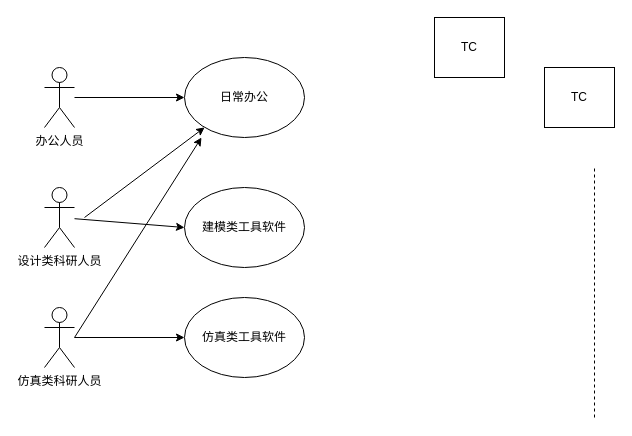
Before: 基于虚拟化的云平台架构.drawio in luomoweilan/draw, a draw.io diagram. Source tidied: cells renumbered, new cells numbered last; positions are measured from the earlier drawing's top-left corner, leaving out a move shared by most shapes. Both pictures are drawn from the tidied source at 100%, with x=0, y=0 at pixel (44, 17).
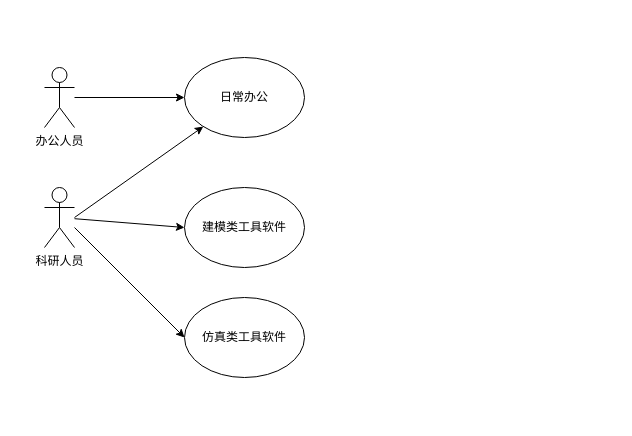
Above is the later version.

Commit message (it also covers changes not shown here):
更新基于虚拟化的云平台架构.drawio

Change to the diagram source:
```diff
@@
 <mxGraphModel>
   <root>
     <mxCell id="0" />
     <mxCell id="1" parent="0" />
-    <mxCell id="2" value="TC" style="rounded=0;whiteSpace=wrap;html=1;" parent="1" vertex="1">
-      <mxGeometry x="390" width="70" height="60" as="geometry" />
-    </mxCell>
     <mxCell id="3" value="办公人员" style="shape=umlActor;verticalLabelPosition=bottom;verticalAlign=top;html=1;outlineConnect=0;" parent="1" vertex="1">
       <mxGeometry y="50" width="30" height="60" as="geometry" />
     </mxCell>
-    <mxCell id="4" value="TC" style="rounded=0;whiteSpace=wrap;html=1;" parent="1" vertex="1">
-      <mxGeometry x="500" y="50" width="70" height="60" as="geometry" />
-    </mxCell>
-    <mxCell id="5" style="endArrow=none;dashed=1;html=1;" parent="1" edge="1">
-      <mxGeometry relative="1" as="geometry">
-        <mxPoint x="550" y="400" as="sourcePoint" />
-        <mxPoint x="550" y="150" as="targetPoint" />
-      </mxGeometry>
-    </mxCell>
     <mxCell id="6" value="日常办公" style="ellipse;whiteSpace=wrap;html=1;" parent="1" vertex="1">
       <mxGeometry x="140" y="40" width="120" height="80" as="geometry" />
     </mxCell>
     <mxCell id="7" style="endArrow=classic;html=1;entryX=0;entryY=0.5;entryDx=0;entryDy=0;" parent="1" edge="1" source="3" target="6">
       <mxGeometry relative="1" as="geometry" />
     </mxCell>
-    <mxCell id="8" value="设计类科研人员" style="shape=umlActor;verticalLabelPosition=bottom;verticalAlign=top;html=1;outlineConnect=0;" parent="1" vertex="1">
+    <mxCell id="8" value="科研人员" style="shape=umlActor;verticalLabelPosition=bottom;verticalAlign=top;html=1;outlineConnect=0;" parent="1" vertex="1">
       <mxGeometry y="170" width="30" height="60" as="geometry" />
     </mxCell>
     <mxCell id="9" value="建模类工具软件" style="ellipse;whiteSpace=wrap;html=1;" parent="1" vertex="1">
       <mxGeometry x="140" y="170" width="120" height="80" as="geometry" />
     </mxCell>
     <mxCell id="10" style="endArrow=classic;html=1;entryX=0;entryY=0.5;entryDx=0;entryDy=0;" parent="1" edge="1" source="8" target="9">
       <mxGeometry relative="1" as="geometry" />
     </mxCell>
-    <mxCell id="11" value="仿真类科研人员" style="shape=umlActor;verticalLabelPosition=bottom;verticalAlign=top;html=1;outlineConnect=0;" parent="1" vertex="1">
-      <mxGeometry y="290" width="30" height="60" as="geometry" />
-    </mxCell>
     <mxCell id="12" value="仿真类工具软件" style="ellipse;whiteSpace=wrap;html=1;" parent="1" vertex="1">
       <mxGeometry x="140" y="280" width="120" height="80" as="geometry" />
     </mxCell>
-    <mxCell id="13" style="endArrow=classic;html=1;entryX=0;entryY=0.5;entryDx=0;entryDy=0;" parent="1" edge="1" source="11" target="12">
-      <mxGeometry relative="1" as="geometry" />
+    <mxCell id="13" style="endArrow=classic;html=1;entryX=0;entryY=0.5;entryDx=0;entryDy=0;" parent="1" edge="1" target="12">
+      <mxGeometry relative="1" as="geometry">
+        <mxPoint x="30" y="210" as="sourcePoint" />
+      </mxGeometry>
     </mxCell>
     <mxCell id="14" style="endArrow=classic;html=1;" parent="1" edge="1" target="6">
       <mxGeometry relative="1" as="geometry">
-        <mxPoint x="40" y="200" as="sourcePoint" />
+        <mxPoint x="30" y="200" as="sourcePoint" />
       </mxGeometry>
     </mxCell>
-    <mxCell id="15" style="endArrow=classic;html=1;" parent="1" edge="1">
-      <mxGeometry relative="1" as="geometry">
-        <mxPoint x="30" y="320" as="sourcePoint" />
-        <mxPoint x="157" y="120" as="targetPoint" />
-      </mxGeometry>
-    </mxCell>
   </root>
 </mxGraphModel>
```
